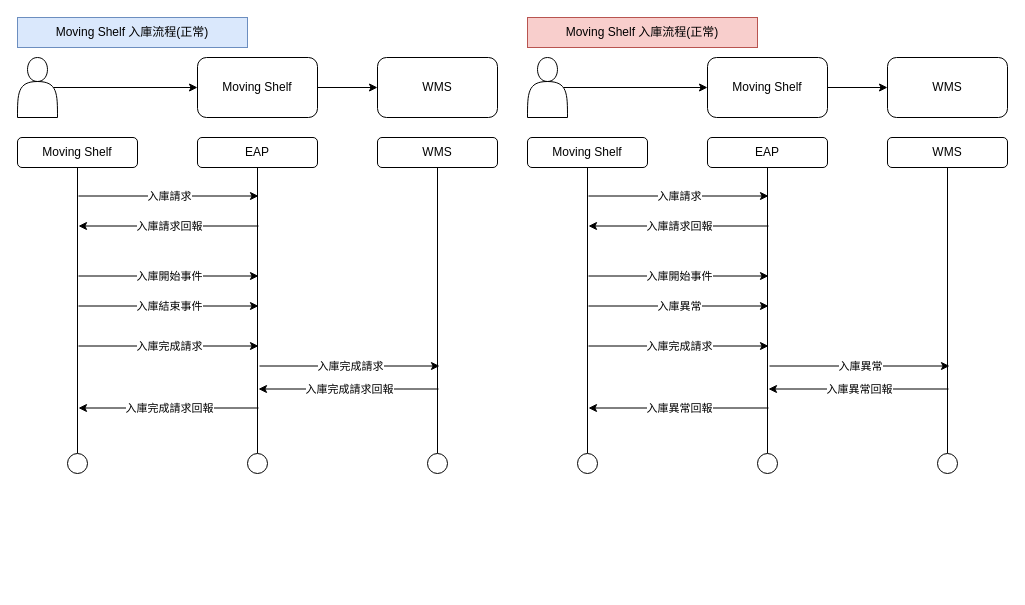
Before: page "Moving Shelf 入庫流程" (1 of 4) of MovingShelf.drawio in sun873087/drawio, a draw.io diagram. Source tidied: cells renumbered, new cells numbered last; positions are measured from the earlier drawing's top-left corner, leaving out a move shared by most shapes. Both pictures are drawn from the tidied source at 100%, with x=0, y=0 at pixel (17, 17).
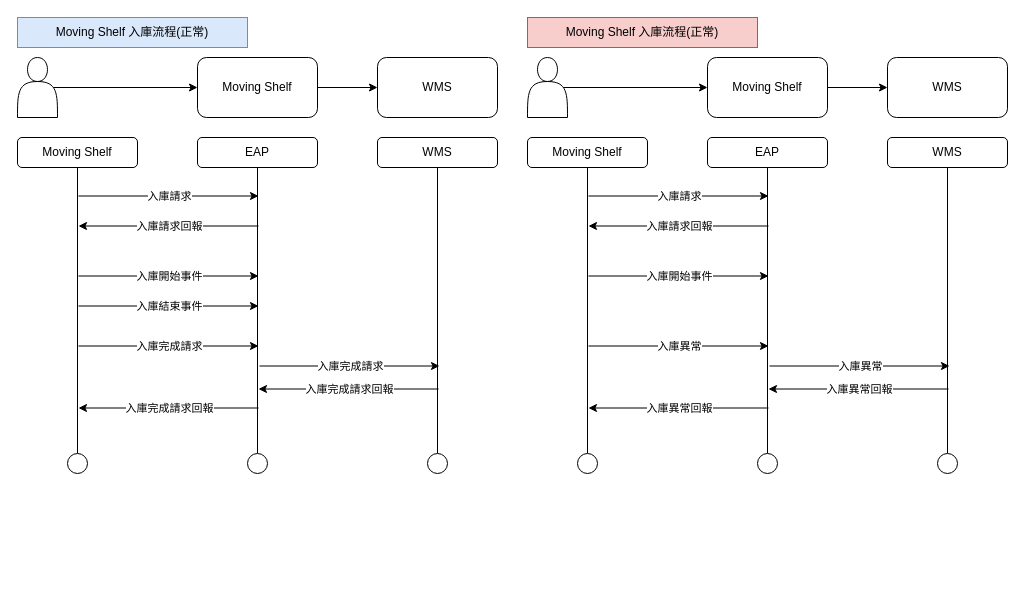
After the change.

The change refers to these unchanged cells:
```xml
<mxCell id="18" style="group;" parent="1" vertex="1">
  <mxGeometry x="510" width="480" height="570" as="geometry" />
</mxCell>
<mxCell id="58" style="endArrow=classic;html=1;rounded=0;" parent="18" edge="1">
  <mxGeometry relative="1" as="geometry">
    <mxPoint x="61" y="328.5" as="sourcePoint" />
    <mxPoint x="241" y="328.5" as="targetPoint" />
  </mxGeometry>
</mxCell>
```

The edit, as a diff of the source:
```diff
@@
-    <mxCell id="56" style="endArrow=classic;html=1;rounded=0;" parent="18" edge="1">
-      <mxGeometry relative="1" as="geometry">
-        <mxPoint x="61" y="288.5" as="sourcePoint" />
-        <mxPoint x="241" y="288.5" as="targetPoint" />
-      </mxGeometry>
-    </mxCell>
-    <mxCell id="57" value="入庫異常" style="edgeLabel;html=1;align=center;verticalAlign=middle;" parent="56" vertex="1">
-      <mxGeometry relative="1" as="geometry" />
-    </mxCell>
@@
-    <mxCell id="59" value="入庫完成請求" style="edgeLabel;html=1;align=center;verticalAlign=middle;" parent="58" vertex="1">
+    <mxCell id="59" value="入庫異常" style="edgeLabel;html=1;align=center;verticalAlign=middle;" parent="58" vertex="1">
       <mxGeometry relative="1" as="geometry" />
     </mxCell>
```
